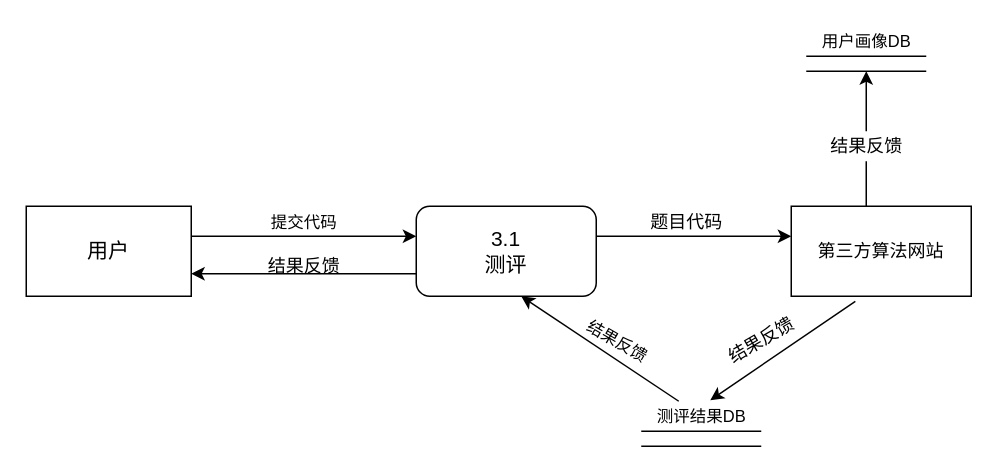
12MegaA21/CodeCode keeps this draw.io diagram as 分析文档/2.2题目测评.drawio. Above is the earlier version. Source tidied: cells renumbered, new cells numbered last; positions are measured from the earlier drawing's top-left corner, leaving out a move shared by most shapes. Both pictures are drawn from the tidied source at 150%, with x=0, y=0 at pixel (26, 26).
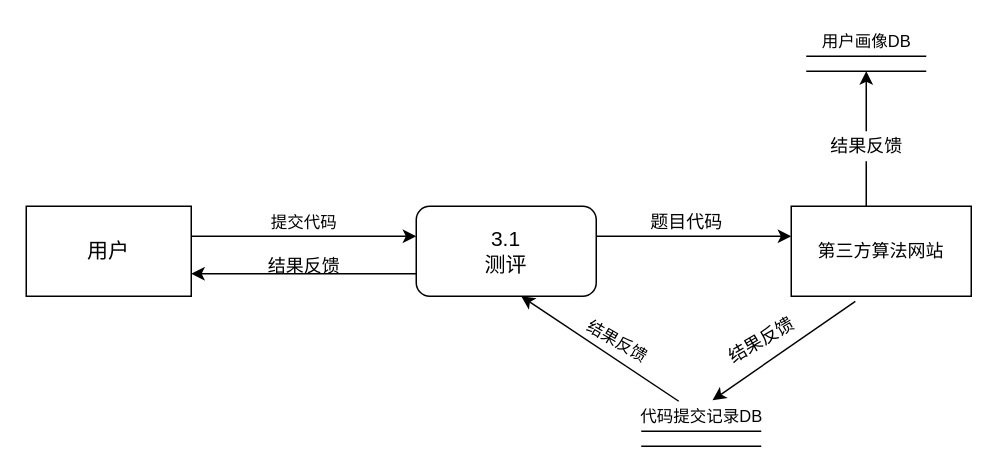
Above is the later version.

Change to the diagram source:
```diff
@@
     <mxCell id="11" style="group;rotation=0;" parent="1" vertex="1">
-      <mxGeometry x="410" y="250" width="80" height="30" as="geometry" />
+      <mxGeometry x="410" y="250" width="90" height="30" as="geometry" />
     </mxCell>
@@
-    <mxCell id="14" value="测评结果DB" style="text;html=1;align=center;verticalAlign=middle;points=[];fillColor=none;strokeColor=none;rounded=0;fontSize=11;" parent="11" vertex="1">
-      <mxGeometry width="80" height="20" as="geometry" />
+    <mxCell id="14" value="代码提交记录DB" style="text;html=1;align=center;verticalAlign=middle;points=[];fillColor=none;strokeColor=none;rounded=0;fontSize=11;" parent="11" vertex="1">
+      <mxGeometry x="-10" width="100" height="20" as="geometry" />
     </mxCell>
```
